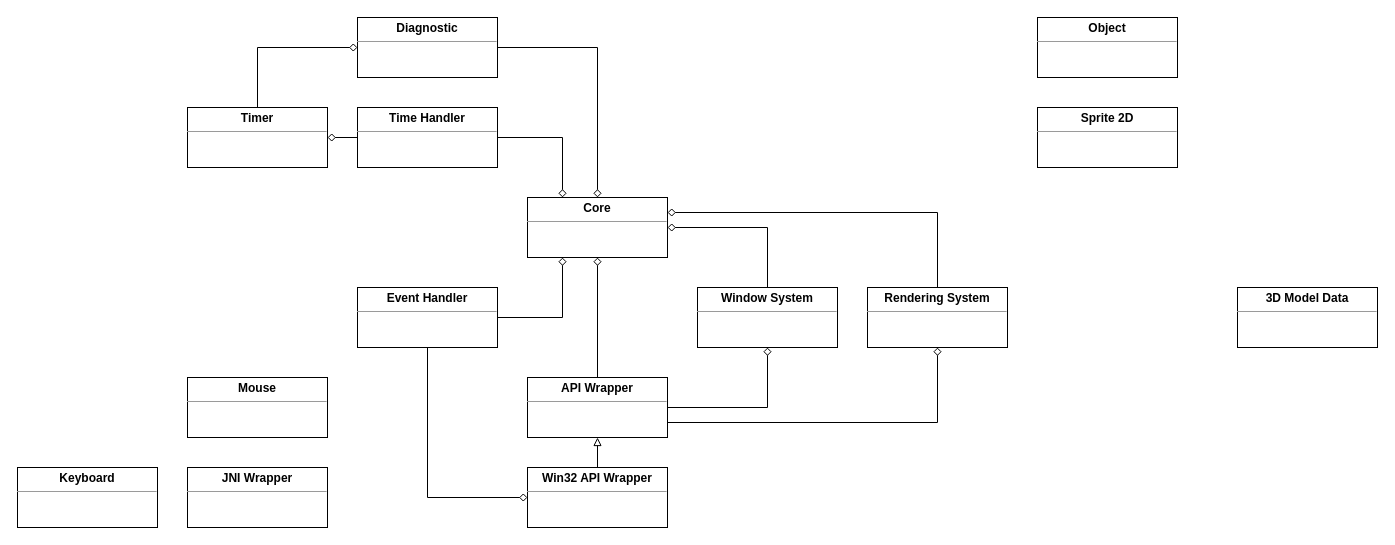
Before: docs/img/uml-game-engine.drawio in Keshizin/tcc-bpmge, a draw.io diagram. Source tidied: cells renumbered, new cells numbered last; positions are measured from the earlier drawing's top-left corner, leaving out a move shared by most shapes. Both pictures are drawn from the tidied source at 100%, with x=0, y=0 at pixel (17, 17).
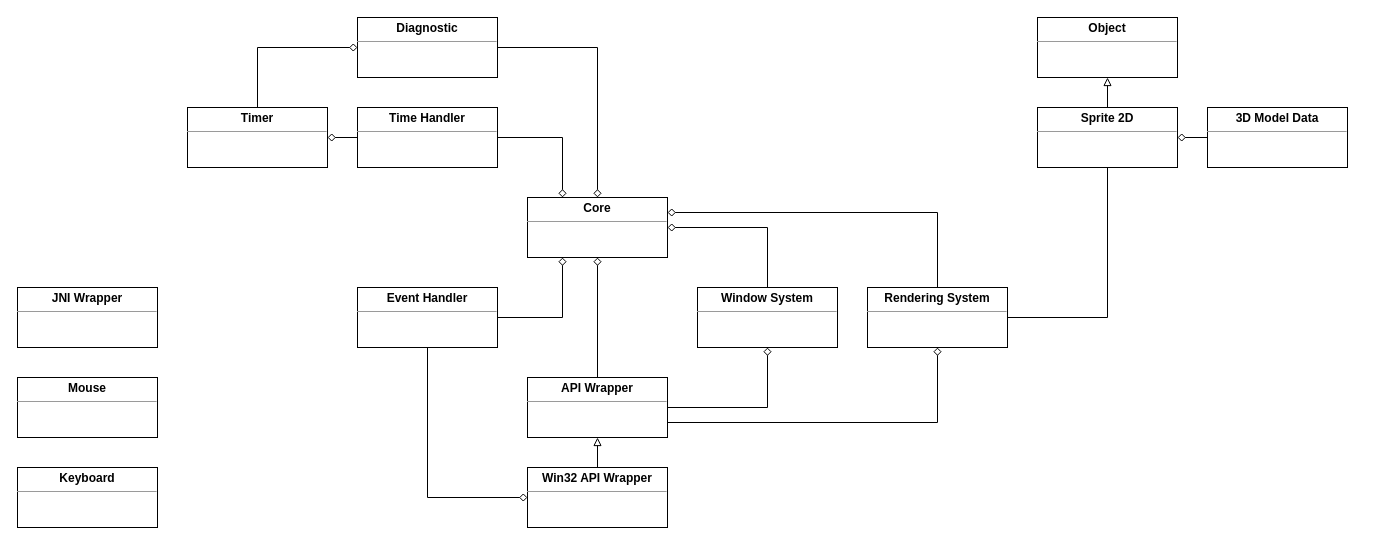
The same diagram, later.

Unchanged cells that the change refers to:
```xml
<mxCell id="16" value="&lt;p style=&quot;margin: 0px ; margin-top: 4px ; text-align: center&quot;&gt;&lt;b&gt;Rendering System&lt;/b&gt;&lt;/p&gt;&lt;hr size=&quot;1&quot;&gt;&lt;div style=&quot;height: 2px&quot;&gt;&lt;/div&gt;" style="verticalAlign=top;align=left;overflow=fill;fontSize=12;fontFamily=Helvetica;html=1;" parent="1" vertex="1">
  <mxGeometry x="850" y="270" width="140" height="60" as="geometry" />
</mxCell>
<mxCell id="25" value="&lt;p style=&quot;margin: 0px ; margin-top: 4px ; text-align: center&quot;&gt;&lt;b&gt;Object&lt;/b&gt;&lt;/p&gt;&lt;hr size=&quot;1&quot;&gt;&lt;div style=&quot;height: 2px&quot;&gt;&lt;/div&gt;" style="verticalAlign=top;align=left;overflow=fill;fontSize=12;fontFamily=Helvetica;html=1;" parent="1" vertex="1">
  <mxGeometry x="1020" width="140" height="60" as="geometry" />
</mxCell>
<mxCell id="27" value="&lt;p style=&quot;margin: 0px ; margin-top: 4px ; text-align: center&quot;&gt;&lt;b&gt;Sprite 2D&lt;/b&gt;&lt;/p&gt;&lt;hr size=&quot;1&quot;&gt;&lt;div style=&quot;height: 2px&quot;&gt;&lt;/div&gt;" style="verticalAlign=top;align=left;overflow=fill;fontSize=12;fontFamily=Helvetica;html=1;" parent="1" vertex="1">
  <mxGeometry x="1020" y="90" width="140" height="60" as="geometry" />
</mxCell>
```

The edit, as a diff of the source:
```diff
@@
     <mxCell id="23" value="&lt;p style=&quot;margin: 0px ; margin-top: 4px ; text-align: center&quot;&gt;&lt;b&gt;JNI Wrapper&lt;/b&gt;&lt;/p&gt;&lt;hr size=&quot;1&quot;&gt;&lt;div style=&quot;height: 2px&quot;&gt;&lt;/div&gt;" style="verticalAlign=top;align=left;overflow=fill;fontSize=12;fontFamily=Helvetica;html=1;" parent="1" vertex="1">
-      <mxGeometry x="170" y="450" width="140" height="60" as="geometry" />
+      <mxGeometry y="270" width="140" height="60" as="geometry" />
     </mxCell>
     <mxCell id="24" value="&lt;p style=&quot;margin: 0px ; margin-top: 4px ; text-align: center&quot;&gt;&lt;b&gt;Mouse&lt;/b&gt;&lt;/p&gt;&lt;hr size=&quot;1&quot;&gt;&lt;div style=&quot;height: 2px&quot;&gt;&lt;/div&gt;" style="verticalAlign=top;align=left;overflow=fill;fontSize=12;fontFamily=Helvetica;html=1;" parent="1" vertex="1">
-      <mxGeometry x="170" y="360" width="140" height="60" as="geometry" />
+      <mxGeometry y="360" width="140" height="60" as="geometry" />
     </mxCell>
@@
+    <mxCell id="29" style="edgeStyle=orthogonalEdgeStyle;rounded=0;jettySize=auto;html=1;endArrow=block;endFill=0;" parent="1" edge="1" source="27" target="25">
+      <mxGeometry relative="1" as="geometry" />
+    </mxCell>
+    <mxCell id="30" style="edgeStyle=orthogonalEdgeStyle;rounded=0;jettySize=auto;html=1;endArrow=none;endFill=0;startArrow=diamond;startFill=0;" parent="1" edge="1" source="27" target="28">
+      <mxGeometry relative="1" as="geometry" />
+    </mxCell>
+    <mxCell id="31" style="edgeStyle=orthogonalEdgeStyle;rounded=0;jettySize=auto;html=1;startArrow=none;startFill=0;endArrow=none;endFill=0;exitX=0.5;exitY=1;exitDx=0;exitDy=0;entryX=1;entryY=0.5;entryDx=0;entryDy=0;" parent="1" edge="1" source="27" target="16">
+      <mxGeometry relative="1" as="geometry" />
+    </mxCell>
@@
     <mxCell id="28" value="&lt;p style=&quot;margin: 0px ; margin-top: 4px ; text-align: center&quot;&gt;&lt;b&gt;3D Model Data&lt;/b&gt;&lt;/p&gt;&lt;hr size=&quot;1&quot;&gt;&lt;div style=&quot;height: 2px&quot;&gt;&lt;/div&gt;" style="verticalAlign=top;align=left;overflow=fill;fontSize=12;fontFamily=Helvetica;html=1;" parent="1" vertex="1">
-      <mxGeometry x="1220" y="270" width="140" height="60" as="geometry" />
+      <mxGeometry x="1190" y="90" width="140" height="60" as="geometry" />
     </mxCell>
```
